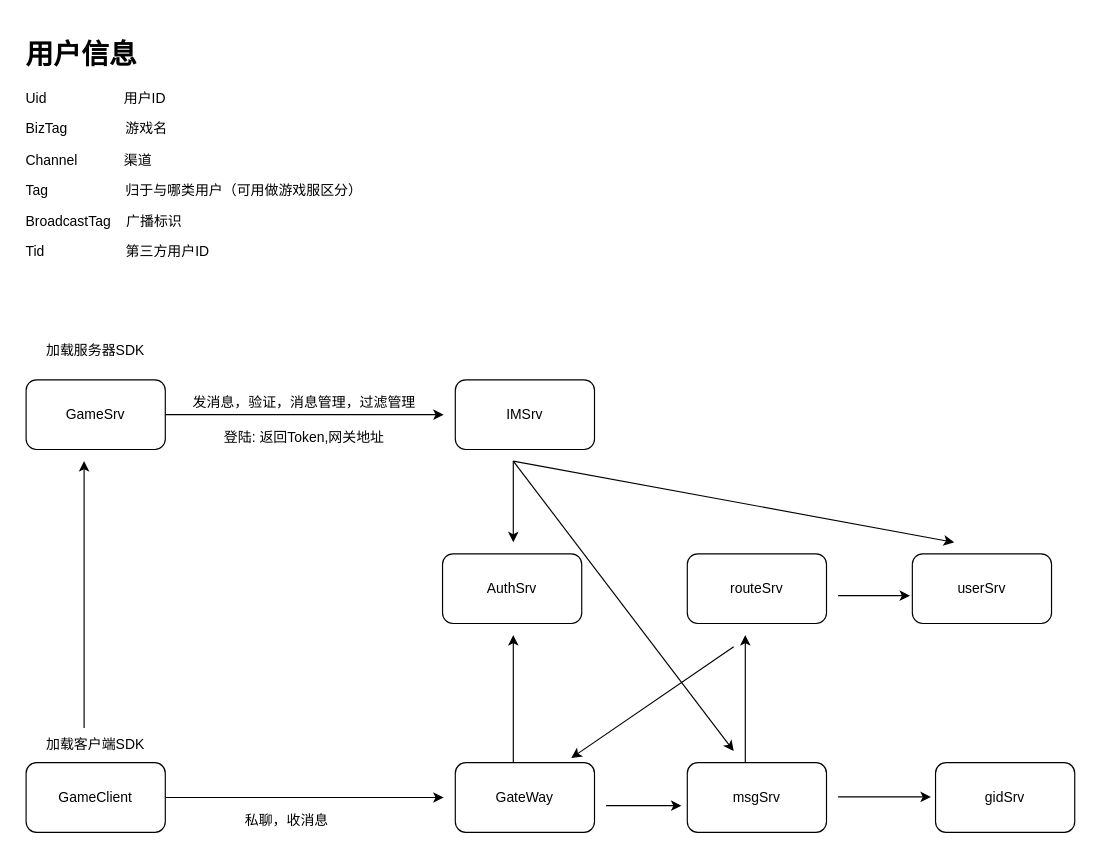
hwholiday/learning_tools keeps this draw.io diagram as drawio/Untitled Diagram.drawio. Above is the earlier version. Source tidied: cells renumbered, new cells numbered last; positions are measured from the earlier drawing's top-left corner, leaving out a move shared by most shapes. Both pictures are drawn from the tidied source at 116%, with x=0, y=0 at pixel (20, 31).
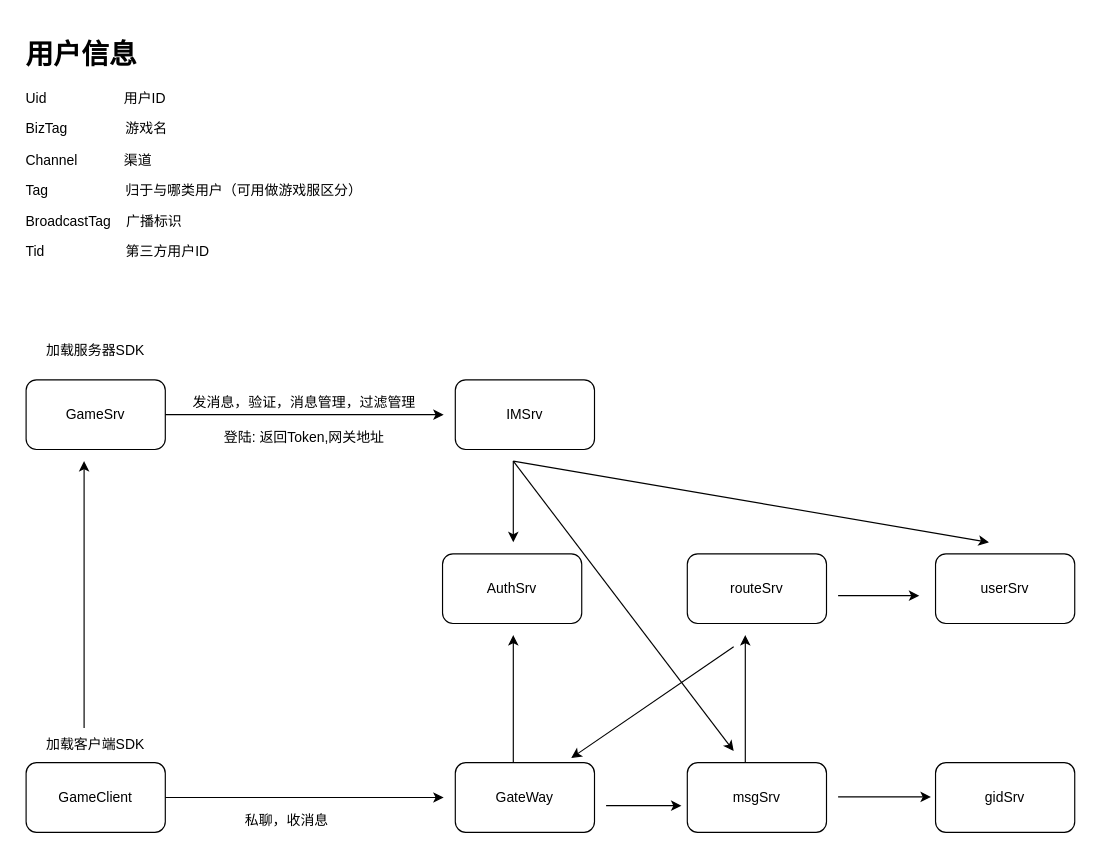
The same diagram, later.

Diff of the diagram source:
```diff
@@
     <mxCell id="15" value="userSrv" style="rounded=1;whiteSpace=wrap;html=1;" parent="1" vertex="1">
-      <mxGeometry x="769" y="450" width="120" height="60" as="geometry" />
+      <mxGeometry x="789" y="450" width="120" height="60" as="geometry" />
     </mxCell>
@@
     <mxCell id="17" style="endArrow=classic;html=1;" parent="1" edge="1">
       <mxGeometry relative="1" as="geometry">
         <mxPoint x="425" y="370" as="sourcePoint" />
-        <mxPoint x="805" y="440" as="targetPoint" />
+        <mxPoint x="835" y="440" as="targetPoint" />
       </mxGeometry>
     </mxCell>
@@
-    <mxCell id="22" style="endArrow=classic;html=1;entryX=-0.017;entryY=0.633;entryDx=0;entryDy=0;entryPerimeter=0;" parent="1" edge="1">
+    <mxCell id="22" style="endArrow=classic;html=1;" parent="1" edge="1">
       <mxGeometry relative="1" as="geometry">
         <mxPoint x="705" y="486" as="sourcePoint" />
-        <mxPoint x="767" y="486" as="targetPoint" />
+        <mxPoint x="775" y="486" as="targetPoint" />
       </mxGeometry>
     </mxCell>
```
